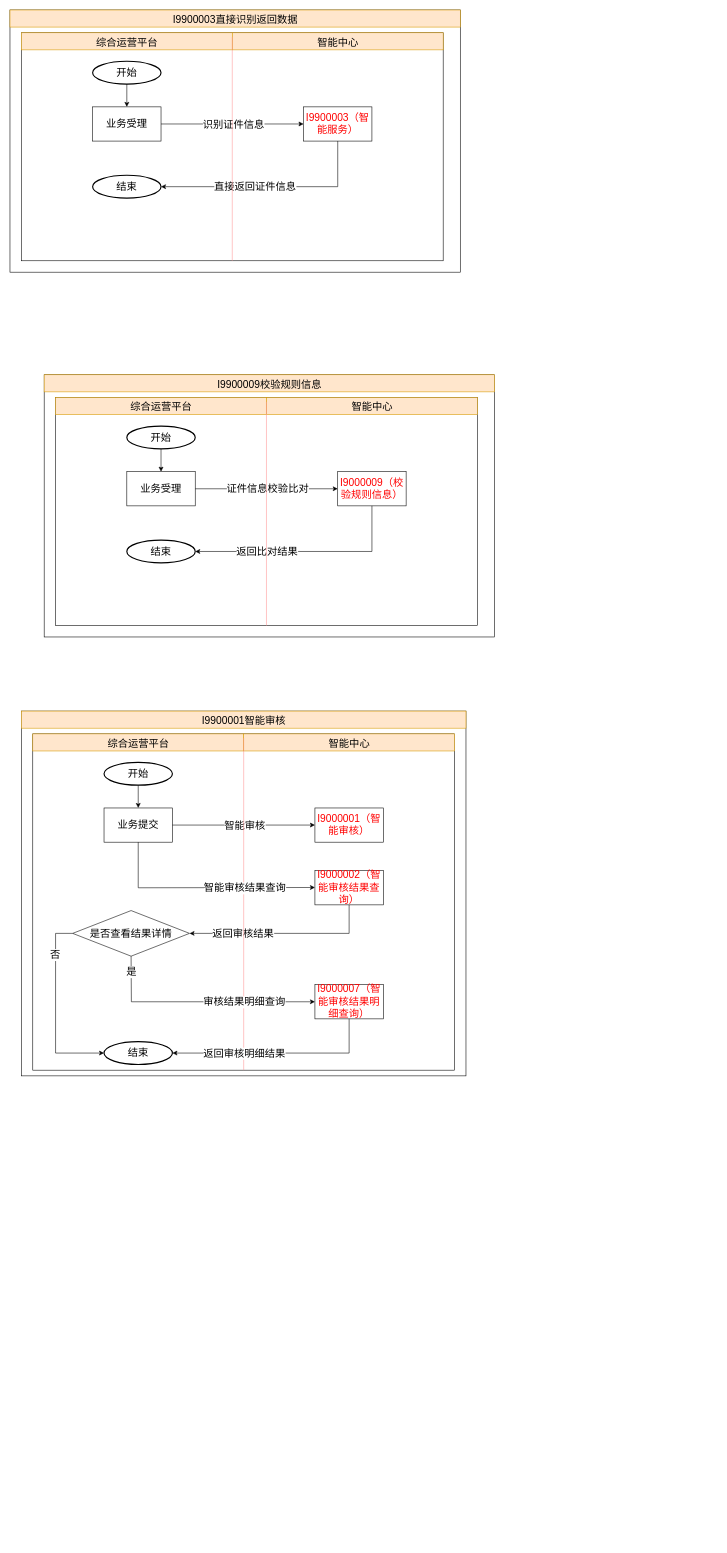
The draw.io diagram 杂/调用说明.drawio in ZouShuYou/diagrams, before the edit. Source tidied: cells renumbered, new cells numbered last; positions are measured from the earlier drawing's top-left corner, leaving out a move shared by most shapes. Both pictures are drawn from the tidied source at 57%, with x=0, y=0 at pixel (10, 10).
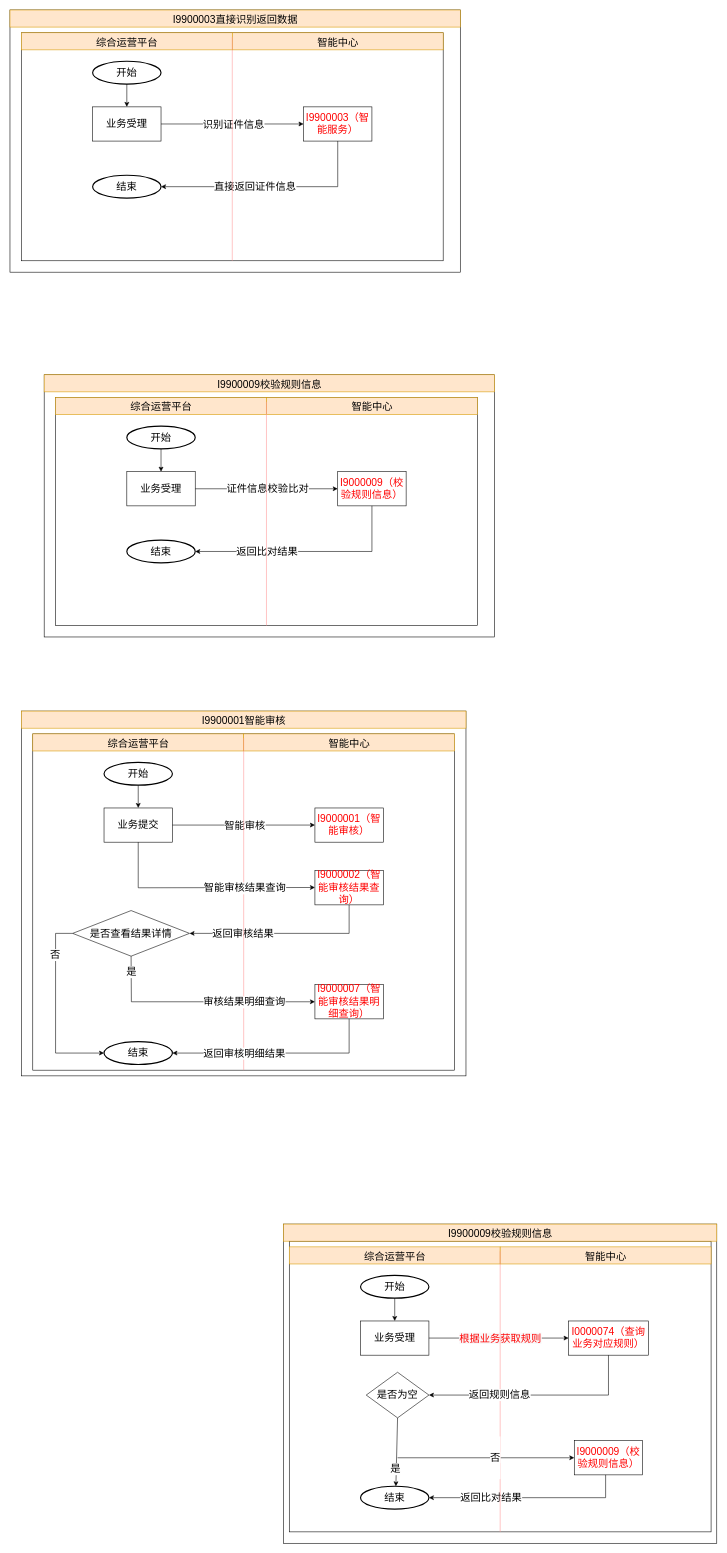
The same diagram, later.

Commit message:
更新调用说明

Change to the diagram source:
```diff
@@
+    <mxCell id="59" style="rounded=0;whiteSpace=wrap;html=1;" parent="1" vertex="1">
+      <mxGeometry x="480" y="2130" width="760" height="560" as="geometry" />
+    </mxCell>
+    <mxCell id="60" style="rounded=0;whiteSpace=wrap;html=1;" parent="1" vertex="1">
+      <mxGeometry x="490" y="2160" width="740" height="510" as="geometry" />
+    </mxCell>
+    <mxCell id="61" value="&lt;font style=&quot;font-weight: normal ; font-size: 18px&quot;&gt;I9900009校验规则信息&lt;/font&gt;" style="text;strokeColor=#d79b00;fillColor=#ffe6cc;html=1;fontSize=24;fontStyle=1;verticalAlign=middle;align=center;" parent="1" vertex="1">
+      <mxGeometry x="480" y="2130" width="760" height="30" as="geometry" />
+    </mxCell>
+    <mxCell id="62" value="&lt;font style=&quot;font-size: 18px ; font-weight: normal&quot;&gt;综合运营平台&lt;/font&gt;" style="text;strokeColor=#d79b00;html=1;fontSize=24;fontStyle=1;verticalAlign=middle;align=center;fillColor=#ffe6cc;" parent="1" vertex="1">
+      <mxGeometry x="490" y="2170" width="370" height="30" as="geometry" />
+    </mxCell>
+    <mxCell id="63" value="&lt;font style=&quot;font-size: 18px ; font-weight: normal&quot;&gt;智能中心&lt;/font&gt;" style="text;strokeColor=#d79b00;html=1;fontSize=24;fontStyle=1;verticalAlign=middle;align=center;fillColor=#ffe6cc;" parent="1" vertex="1">
+      <mxGeometry x="860" y="2170" width="370" height="30" as="geometry" />
+    </mxCell>
+    <mxCell id="64" value="&lt;font style=&quot;font-size: 18px&quot;&gt;开始&lt;/font&gt;" style="strokeWidth=2;html=1;shape=mxgraph.flowchart.start_1;whiteSpace=wrap;" parent="1" vertex="1">
+      <mxGeometry x="615" y="2220" width="120" height="40" as="geometry" />
+    </mxCell>
+    <mxCell id="65" value="&lt;font color=&quot;#ff0000&quot;&gt;&lt;span style=&quot;font-size: 18px&quot;&gt;I9000009（校验规则信息&lt;/span&gt;&lt;span style=&quot;font-size: 18px&quot;&gt;）&lt;/span&gt;&lt;/font&gt;" style="rounded=0;whiteSpace=wrap;html=1;" parent="1" vertex="1">
+      <mxGeometry x="990" y="2510" width="120" height="60" as="geometry" />
+    </mxCell>
+    <mxCell id="66" value="&lt;font style=&quot;font-size: 18px&quot;&gt;业务受理&lt;/font&gt;" style="rounded=0;whiteSpace=wrap;html=1;" parent="1" vertex="1">
+      <mxGeometry x="615" y="2300" width="120" height="60" as="geometry" />
+    </mxCell>
+    <mxCell id="67" style="endArrow=classic;html=1;strokeColor=#000000;exitX=0.5;exitY=1;exitDx=0;exitDy=0;exitPerimeter=0;" parent="1" edge="1" source="64" target="66">
+      <mxGeometry relative="1" as="geometry" />
+    </mxCell>
+    <mxCell id="68" style="endArrow=classic;html=1;strokeColor=#000000;exitX=1;exitY=0.5;exitDx=0;exitDy=0;entryX=0;entryY=0.5;entryDx=0;entryDy=0;" parent="1" edge="1" source="66" target="74">
+      <mxGeometry relative="1" as="geometry" />
+    </mxCell>
+    <mxCell id="69" value="&lt;span style=&quot;color: rgb(255 , 0 , 0) ; font-size: 18px ; background-color: rgb(248 , 249 , 250)&quot;&gt;根据业务获取规则&lt;/span&gt;" style="edgeLabel;html=1;align=center;verticalAlign=middle;" parent="68" vertex="1">
+      <mxGeometry x="-0.38" y="-1" relative="1" as="geometry">
+        <mxPoint x="48" y="-1" as="offset" />
+      </mxGeometry>
+    </mxCell>
+    <mxCell id="70" style="endArrow=classic;html=1;strokeColor=#000000;entryX=1;entryY=0.5;entryDx=0;entryDy=0;rounded=0;" parent="1" edge="1">
+      <mxGeometry relative="1" as="geometry">
+        <mxPoint x="1045" y="2570" as="sourcePoint" />
+        <mxPoint x="735" y="2610" as="targetPoint" />
+        <Array as="points">
+          <mxPoint x="1045" y="2610" />
+        </Array>
+      </mxGeometry>
+    </mxCell>
+    <mxCell id="71" value="&lt;font style=&quot;font-size: 18px&quot;&gt;返回比对结果&lt;/font&gt;" style="edgeLabel;html=1;align=center;verticalAlign=middle;" parent="70" vertex="1">
+      <mxGeometry x="0.16" y="-1" relative="1" as="geometry">
+        <mxPoint x="-39" as="offset" />
+      </mxGeometry>
+    </mxCell>
+    <mxCell id="72" value="&lt;font style=&quot;font-size: 18px&quot;&gt;结束&lt;/font&gt;" style="strokeWidth=2;html=1;shape=mxgraph.flowchart.start_1;whiteSpace=wrap;" parent="1" vertex="1">
+      <mxGeometry x="615" y="2590" width="120" height="40" as="geometry" />
+    </mxCell>
+    <mxCell id="73" style="endArrow=none;html=1;entryX=1;entryY=0.25;entryDx=0;entryDy=0;exitX=0.5;exitY=1;exitDx=0;exitDy=0;strokeColor=#FF9999;" parent="1" edge="1" source="60" target="62">
+      <mxGeometry relative="1" as="geometry" />
+    </mxCell>
+    <mxCell id="74" value="&lt;font color=&quot;#ff0000&quot;&gt;&lt;span style=&quot;font-size: 18px&quot;&gt;I0000074（查询业务对应规则&lt;/span&gt;&lt;span style=&quot;font-size: 18px&quot;&gt;）&lt;/span&gt;&lt;/font&gt;" style="rounded=0;whiteSpace=wrap;html=1;" parent="1" vertex="1">
+      <mxGeometry x="980" y="2300" width="140" height="60" as="geometry" />
+    </mxCell>
+    <mxCell id="75" style="endArrow=classic;html=1;strokeColor=#000000;rounded=0;entryX=1;entryY=0.5;entryDx=0;entryDy=0;" parent="1" edge="1" target="77">
+      <mxGeometry relative="1" as="geometry">
+        <mxPoint x="1050" y="2360" as="sourcePoint" />
+        <Array as="points">
+          <mxPoint x="1050" y="2430" />
+        </Array>
+      </mxGeometry>
+    </mxCell>
+    <mxCell id="76" value="&lt;font style=&quot;font-size: 18px&quot;&gt;返回规则信息&lt;/font&gt;" style="edgeLabel;html=1;align=center;verticalAlign=middle;" parent="75" vertex="1">
+      <mxGeometry x="0.16" y="-1" relative="1" as="geometry">
+        <mxPoint x="-39" as="offset" />
+      </mxGeometry>
+    </mxCell>
+    <mxCell id="77" value="&lt;span style=&quot;font-size: 18px ; background-color: rgb(255 , 255 , 255)&quot;&gt;是否为空&lt;/span&gt;" style="rhombus;whiteSpace=wrap;html=1;" parent="1" vertex="1">
+      <mxGeometry x="625" y="2390" width="110" height="80" as="geometry" />
+    </mxCell>
+    <mxCell id="78" style="endArrow=classic;html=1;exitX=0.5;exitY=1;exitDx=0;exitDy=0;" parent="1" edge="1" source="77">
+      <mxGeometry relative="1" as="geometry">
+        <mxPoint x="677" y="2590" as="targetPoint" />
+      </mxGeometry>
+    </mxCell>
+    <mxCell id="79" value="&lt;span style=&quot;font-size: 18px&quot;&gt;是&lt;/span&gt;" style="edgeLabel;html=1;align=center;verticalAlign=middle;" parent="78" vertex="1">
+      <mxGeometry x="-0.29" y="-1" relative="1" as="geometry">
+        <mxPoint x="-2.9" y="47" as="offset" />
+      </mxGeometry>
+    </mxCell>
+    <mxCell id="80" value="&#10;&#10;&lt;span style=&quot;color: rgb(0, 0, 0); font-family: helvetica; font-size: 18px; font-style: normal; font-weight: 400; letter-spacing: normal; text-align: center; text-indent: 0px; text-transform: none; word-spacing: 0px; background-color: rgb(255, 255, 255); display: inline; float: none;&quot;&gt;否&lt;/span&gt;&#10;&#10;" style="endArrow=classic;html=1;entryX=0;entryY=0.5;entryDx=0;entryDy=0;" parent="1" edge="1" target="65">
+      <mxGeometry x="0.1" relative="1" as="geometry">
+        <mxPoint x="680" y="2540" as="sourcePoint" />
+      </mxGeometry>
+    </mxCell>
```
